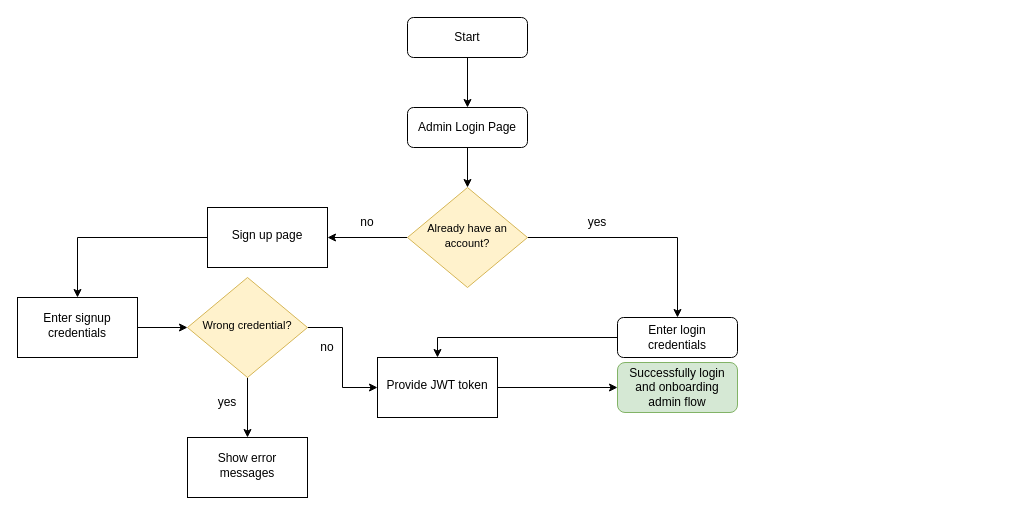
Earlier version of the draw.io diagram Untitled Diagram.drawio (Riaz9588/Bit-Softs). Source tidied: cells renumbered, new cells numbered last; positions are measured from the earlier drawing's top-left corner, leaving out a move shared by most shapes. Both pictures are drawn from the tidied source at 100%, with x=0, y=0 at pixel (17, 17).
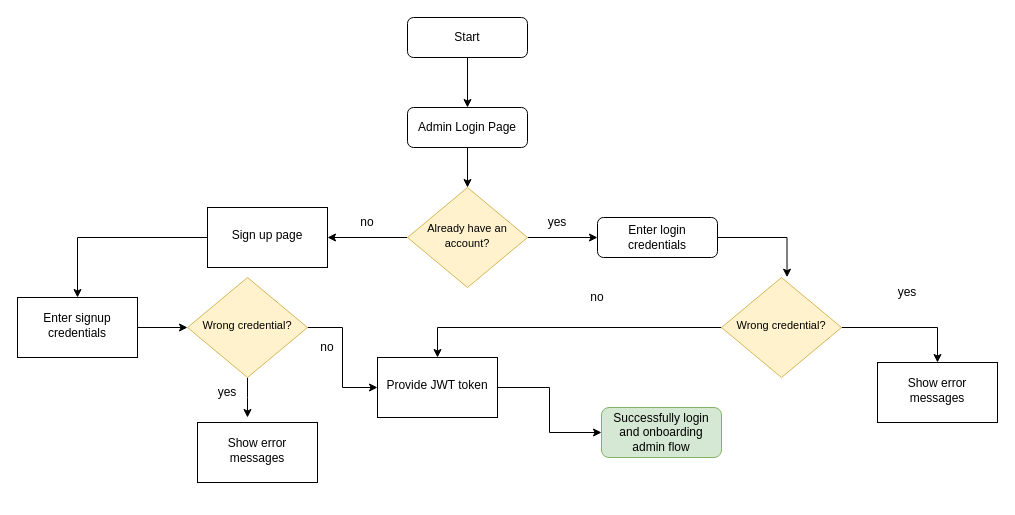
Above is the later version.

Unchanged cells that the change refers to:
```xml
<mxCell id="6" value="&lt;font style=&quot;font-size: 11px;&quot;&gt;Already have an account?&lt;/font&gt;" style="rhombus;whiteSpace=wrap;html=1;shadow=0;fontFamily=Helvetica;fontSize=12;align=center;strokeWidth=1;spacing=6;spacingTop=-4;fillColor=#fff2cc;strokeColor=#d6b656;" parent="1" vertex="1">
  <mxGeometry x="390" y="170" width="120" height="100" as="geometry" />
</mxCell>
<mxCell id="12" value="Sign up page" style="whiteSpace=wrap;html=1;shadow=0;strokeWidth=1;spacing=6;spacingTop=-4;" parent="1" vertex="1">
  <mxGeometry x="190" y="190" width="120" height="60" as="geometry" />
</mxCell>
<mxCell id="17" value="Provide JWT token" style="whiteSpace=wrap;html=1;shadow=0;strokeWidth=1;spacing=6;spacingTop=-4;" parent="1" vertex="1">
  <mxGeometry x="360" y="340" width="120" height="60" as="geometry" />
</mxCell>
<mxCell id="25" value="&lt;font style=&quot;font-size: 11px;&quot;&gt;Wrong credential?&lt;/font&gt;" style="rhombus;whiteSpace=wrap;html=1;shadow=0;fontFamily=Helvetica;fontSize=12;align=center;strokeWidth=1;spacing=6;spacingTop=-4;fillColor=#fff2cc;strokeColor=#d6b656;" parent="1" vertex="1">
  <mxGeometry x="170" y="260" width="120" height="100" as="geometry" />
</mxCell>
```

Change to the diagram source:
```diff
@@
+    <mxCell id="5" style="edgeStyle=orthogonalEdgeStyle;rounded=0;jettySize=auto;html=1;" parent="1" edge="1" source="6" target="12">
+      <mxGeometry relative="1" as="geometry" />
+    </mxCell>
-    <mxCell id="4" style="edgeStyle=orthogonalEdgeStyle;rounded=0;jettySize=auto;html=1;" parent="1" edge="1" source="6" target="10">
+    <mxCell id="4" style="edgeStyle=orthogonalEdgeStyle;rounded=0;jettySize=auto;html=1;entryX=0;entryY=0.5;entryDx=0;entryDy=0;" parent="1" edge="1" source="6" target="10">
       <mxGeometry relative="1" as="geometry" />
     </mxCell>
-    <mxCell id="5" style="edgeStyle=orthogonalEdgeStyle;rounded=0;jettySize=auto;html=1;" parent="1" edge="1" source="6" target="12">
-      <mxGeometry relative="1" as="geometry" />
-    </mxCell>
@@
-    <mxCell id="9" style="edgeStyle=orthogonalEdgeStyle;rounded=0;jettySize=auto;html=1;entryX=0.5;entryY=0;entryDx=0;entryDy=0;" parent="1" edge="1" source="10" target="17">
-      <mxGeometry relative="1" as="geometry" />
-    </mxCell>
+    <mxCell id="26" style="edgeStyle=orthogonalEdgeStyle;rounded=0;jettySize=auto;html=1;entryX=0.546;entryY=-0.003;entryDx=0;entryDy=0;entryPerimeter=0;" parent="1" edge="1" source="10" target="30">
+      <mxGeometry relative="1" as="geometry" />
+    </mxCell>
     <mxCell id="10" value="Enter login credentials" style="rounded=1;whiteSpace=wrap;html=1;fontSize=12;glass=0;strokeWidth=1;shadow=0;" parent="1" vertex="1">
-      <mxGeometry x="600" y="300" width="120" height="40" as="geometry" />
+      <mxGeometry x="580" y="200" width="120" height="40" as="geometry" />
     </mxCell>
@@
     <mxCell id="18" value="Show error messages" style="whiteSpace=wrap;html=1;shadow=0;strokeWidth=1;spacing=6;spacingTop=-4;" parent="1" vertex="1">
-      <mxGeometry x="170" y="420" width="120" height="60" as="geometry" />
+      <mxGeometry x="860" y="345" width="120" height="60" as="geometry" />
     </mxCell>
     <mxCell id="19" value="yes" style="text;strokeColor=none;align=center;fillColor=none;html=1;verticalAlign=middle;whiteSpace=wrap;rounded=0;" parent="1" vertex="1">
-      <mxGeometry x="180" y="370" width="60" height="30" as="geometry" />
+      <mxGeometry x="180" y="360" width="60" height="30" as="geometry" />
     </mxCell>
@@
     <mxCell id="21" value="Successfully login and onboarding admin flow" style="rounded=1;whiteSpace=wrap;html=1;fontSize=12;glass=0;strokeWidth=1;shadow=0;fillColor=#d5e8d4;strokeColor=#82b366;" parent="1" vertex="1">
-      <mxGeometry x="600" y="345" width="120" height="50" as="geometry" />
+      <mxGeometry x="584" y="390" width="120" height="50" as="geometry" />
     </mxCell>
     <mxCell id="22" value="yes" style="text;strokeColor=none;align=center;fillColor=none;html=1;verticalAlign=middle;whiteSpace=wrap;rounded=0;" parent="1" vertex="1">
-      <mxGeometry x="550" y="190" width="60" height="30" as="geometry" />
+      <mxGeometry x="860" y="260" width="60" height="30" as="geometry" />
     </mxCell>
-    <mxCell id="23" style="edgeStyle=orthogonalEdgeStyle;rounded=0;jettySize=auto;html=1;" parent="1" edge="1" source="25" target="18">
-      <mxGeometry relative="1" as="geometry" />
-    </mxCell>
@@
+    <mxCell id="27" style="edgeStyle=orthogonalEdgeStyle;rounded=0;jettySize=auto;html=1;" parent="1" edge="1" source="25">
+      <mxGeometry relative="1" as="geometry">
+        <mxPoint x="230" y="400" as="targetPoint" />
+      </mxGeometry>
+    </mxCell>
@@
+    <mxCell id="28" style="edgeStyle=orthogonalEdgeStyle;rounded=0;jettySize=auto;html=1;entryX=0.5;entryY=0;entryDx=0;entryDy=0;" parent="1" edge="1" source="30" target="17">
+      <mxGeometry relative="1" as="geometry" />
+    </mxCell>
+    <mxCell id="29" style="edgeStyle=orthogonalEdgeStyle;rounded=0;jettySize=auto;html=1;entryX=0.5;entryY=0;entryDx=0;entryDy=0;" parent="1" edge="1" source="30" target="18">
+      <mxGeometry relative="1" as="geometry" />
+    </mxCell>
+    <mxCell id="30" value="&lt;font style=&quot;font-size: 11px;&quot;&gt;Wrong credential?&lt;/font&gt;" style="rhombus;whiteSpace=wrap;html=1;shadow=0;fontFamily=Helvetica;fontSize=12;align=center;strokeWidth=1;spacing=6;spacingTop=-4;fillColor=#fff2cc;strokeColor=#d6b656;" parent="1" vertex="1">
+      <mxGeometry x="704" y="260" width="120" height="100" as="geometry" />
+    </mxCell>
+    <mxCell id="31" value="no" style="text;strokeColor=none;align=center;fillColor=none;html=1;verticalAlign=middle;whiteSpace=wrap;rounded=0;" parent="1" vertex="1">
+      <mxGeometry x="550" y="265" width="60" height="30" as="geometry" />
+    </mxCell>
+    <mxCell id="32" value="yes" style="text;strokeColor=none;align=center;fillColor=none;html=1;verticalAlign=middle;whiteSpace=wrap;rounded=0;" parent="1" vertex="1">
+      <mxGeometry x="510" y="190" width="60" height="30" as="geometry" />
+    </mxCell>
+    <mxCell id="33" value="Show error messages" style="whiteSpace=wrap;html=1;shadow=0;strokeWidth=1;spacing=6;spacingTop=-4;" parent="1" vertex="1">
+      <mxGeometry x="180" y="405" width="120" height="60" as="geometry" />
+    </mxCell>
```
